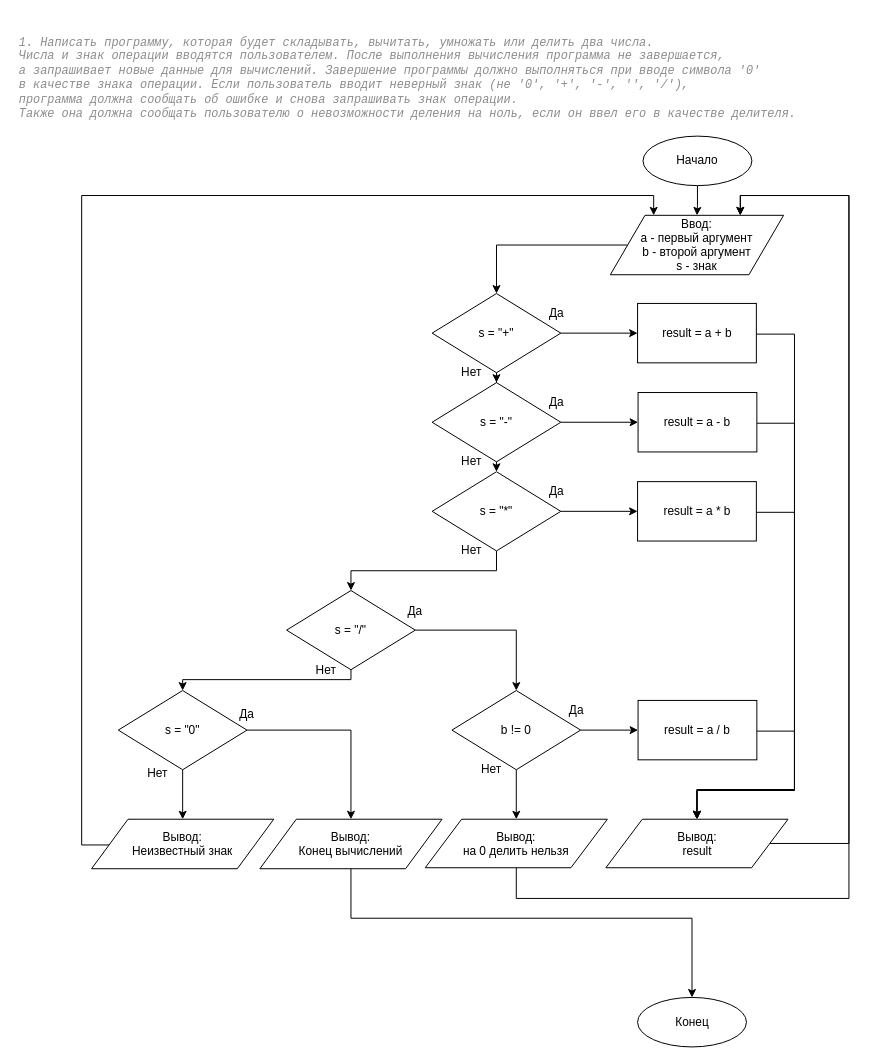
The draw.io diagram les2/dz_2/les_2.drawio in damkh/gb_py_alg_2020-07, before the edit. Source tidied: cells renumbered, new cells numbered last; positions are measured from the earlier drawing's top-left corner, leaving out a move shared by most shapes. Both pictures are drawn from the tidied source at 99%, with x=0, y=0 at pixel (17, 17).
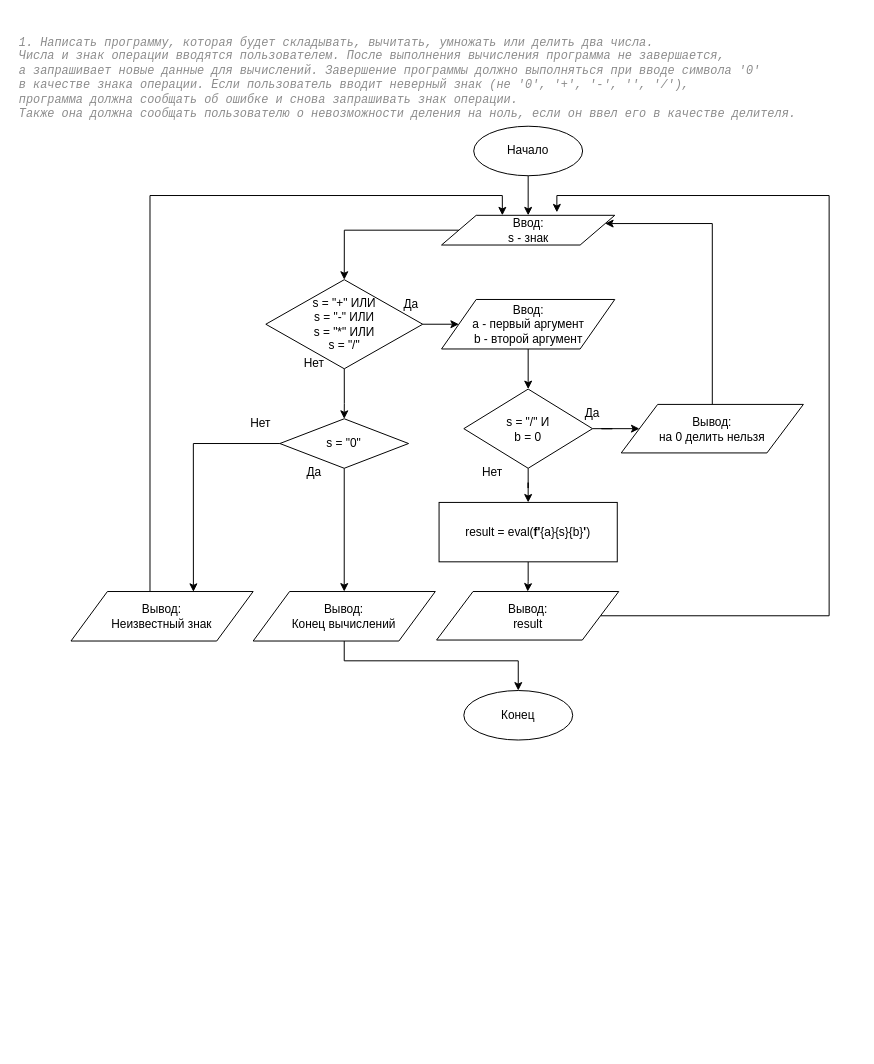
The same diagram, later.

The edit, as a diff of the source:
```diff
@@
     <mxCell id="3" value="Начало" style="ellipse;whiteSpace=wrap;html=1;" parent="1" vertex="1">
-      <mxGeometry x="632" y="120" width="110" height="50" as="geometry" />
+      <mxGeometry x="461" y="110" width="110" height="50" as="geometry" />
     </mxCell>
@@
-    <mxCell id="5" style="edgeStyle=orthogonalEdgeStyle;rounded=0;jettySize=auto;html=1;entryX=0;entryY=0.5;entryDx=0;entryDy=0;" parent="1" edge="1" source="7" target="13">
-      <mxGeometry relative="1" as="geometry" />
-    </mxCell>
-    <mxCell id="6" style="edgeStyle=orthogonalEdgeStyle;rounded=0;jettySize=auto;html=1;entryX=0.5;entryY=0;entryDx=0;entryDy=0;" parent="1" edge="1" source="7" target="16">
-      <mxGeometry relative="1" as="geometry" />
-    </mxCell>
-    <mxCell id="7" value="s = &quot;+&quot;" style="rhombus;whiteSpace=wrap;html=1;" parent="1" vertex="1">
-      <mxGeometry x="419" y="279" width="130" height="80" as="geometry" />
-    </mxCell>
-    <mxCell id="8" value="Да" style="text;html=1;strokeColor=none;fillColor=none;align=center;verticalAlign=middle;whiteSpace=wrap;rounded=0;" parent="1" vertex="1">
-      <mxGeometry x="524.5" y="289" width="40" height="20" as="geometry" />
-    </mxCell>
-    <mxCell id="9" value="Нет" style="text;html=1;strokeColor=none;fillColor=none;align=center;verticalAlign=middle;whiteSpace=wrap;rounded=0;" parent="1" vertex="1">
-      <mxGeometry x="439" y="349" width="40" height="20" as="geometry" />
-    </mxCell>
-    <mxCell id="10" style="edgeStyle=orthogonalEdgeStyle;rounded=0;jettySize=auto;html=1;entryX=0.5;entryY=0;entryDx=0;entryDy=0;" parent="1" edge="1" source="11" target="7">
-      <mxGeometry relative="1" as="geometry" />
-    </mxCell>
+    <mxCell id="54" style="edgeStyle=orthogonalEdgeStyle;rounded=0;jettySize=auto;html=1;entryX=0.5;entryY=0;entryDx=0;entryDy=0;" parent="1" edge="1" source="11" target="64">
+      <mxGeometry relative="1" as="geometry" />
+    </mxCell>
-    <mxCell id="11" value="&lt;div&gt;Ввод:&lt;/div&gt;&lt;div&gt;a - первый аргумент&lt;/div&gt;&lt;div&gt;b - второй аргумент&lt;/div&gt;&lt;div&gt;s - знак&lt;br&gt;&lt;/div&gt;" style="shape=parallelogram;perimeter=parallelogramPerimeter;whiteSpace=wrap;html=1;" parent="1" vertex="1">
-      <mxGeometry x="599" y="200" width="175" height="60" as="geometry" />
+    <mxCell id="11" value="&lt;div&gt;Ввод:&lt;/div&gt;s - знак" style="shape=parallelogram;perimeter=parallelogramPerimeter;whiteSpace=wrap;html=1;" parent="1" vertex="1">
+      <mxGeometry x="428.5" y="200" width="175" height="30" as="geometry" />
     </mxCell>
-    <mxCell id="12" style="edgeStyle=orthogonalEdgeStyle;rounded=0;jettySize=auto;html=1;entryX=0.5;entryY=0;entryDx=0;entryDy=0;" parent="1" edge="1" source="13" target="43">
-      <mxGeometry relative="1" as="geometry">
-        <Array as="points">
-          <mxPoint x="785" y="320" />
-          <mxPoint x="785" y="780" />
-          <mxPoint x="687" y="780" />
-        </Array>
-      </mxGeometry>
-    </mxCell>
-    <mxCell id="13" value="result = a + b" style="rounded=0;whiteSpace=wrap;html=1;" parent="1" vertex="1">
-      <mxGeometry x="626.5" y="289" width="120" height="60" as="geometry" />
-    </mxCell>
-    <mxCell id="14" style="edgeStyle=orthogonalEdgeStyle;rounded=0;jettySize=auto;html=1;entryX=0;entryY=0.5;entryDx=0;entryDy=0;" parent="1" edge="1" source="16" target="30">
-      <mxGeometry relative="1" as="geometry" />
-    </mxCell>
-    <mxCell id="15" style="edgeStyle=orthogonalEdgeStyle;rounded=0;jettySize=auto;html=1;entryX=0.5;entryY=0;entryDx=0;entryDy=0;" parent="1" edge="1" target="21">
-      <mxGeometry relative="1" as="geometry">
-        <mxPoint x="484" y="429" as="sourcePoint" />
-      </mxGeometry>
-    </mxCell>
-    <mxCell id="16" value="s = &quot;-&quot;" style="rhombus;whiteSpace=wrap;html=1;" parent="1" vertex="1">
-      <mxGeometry x="419" y="369" width="130" height="80" as="geometry" />
-    </mxCell>
-    <mxCell id="17" value="Да" style="text;html=1;strokeColor=none;fillColor=none;align=center;verticalAlign=middle;whiteSpace=wrap;rounded=0;" parent="1" vertex="1">
-      <mxGeometry x="524.5" y="379" width="40" height="20" as="geometry" />
-    </mxCell>
-    <mxCell id="18" value="Нет" style="text;html=1;strokeColor=none;fillColor=none;align=center;verticalAlign=middle;whiteSpace=wrap;rounded=0;" parent="1" vertex="1">
-      <mxGeometry x="439" y="439" width="40" height="20" as="geometry" />
-    </mxCell>
-    <mxCell id="19" style="edgeStyle=orthogonalEdgeStyle;rounded=0;jettySize=auto;html=1;entryX=0;entryY=0.5;entryDx=0;entryDy=0;" parent="1" edge="1" source="21" target="32">
-      <mxGeometry relative="1" as="geometry" />
-    </mxCell>
-    <mxCell id="20" style="edgeStyle=orthogonalEdgeStyle;rounded=0;jettySize=auto;html=1;entryX=0.5;entryY=0;entryDx=0;entryDy=0;exitX=0.5;exitY=1;exitDx=0;exitDy=0;" parent="1" edge="1" source="21" target="26">
-      <mxGeometry relative="1" as="geometry">
-        <Array as="points">
-          <mxPoint x="484" y="559" />
-          <mxPoint x="337" y="559" />
-        </Array>
-      </mxGeometry>
-    </mxCell>
-    <mxCell id="21" value="s = &quot;*&quot;" style="rhombus;whiteSpace=wrap;html=1;" parent="1" vertex="1">
-      <mxGeometry x="419" y="459" width="130" height="80" as="geometry" />
-    </mxCell>
-    <mxCell id="22" value="Да" style="text;html=1;strokeColor=none;fillColor=none;align=center;verticalAlign=middle;whiteSpace=wrap;rounded=0;" parent="1" vertex="1">
-      <mxGeometry x="524.5" y="469" width="40" height="20" as="geometry" />
-    </mxCell>
-    <mxCell id="23" value="Нет" style="text;html=1;strokeColor=none;fillColor=none;align=center;verticalAlign=middle;whiteSpace=wrap;rounded=0;" parent="1" vertex="1">
-      <mxGeometry x="439" y="529" width="40" height="20" as="geometry" />
-    </mxCell>
-    <mxCell id="24" style="edgeStyle=orthogonalEdgeStyle;rounded=0;jettySize=auto;html=1;exitX=1;exitY=0.5;exitDx=0;exitDy=0;" parent="1" edge="1" source="26" target="37">
-      <mxGeometry relative="1" as="geometry" />
-    </mxCell>
-    <mxCell id="25" style="edgeStyle=orthogonalEdgeStyle;rounded=0;jettySize=auto;html=1;entryX=0.5;entryY=0;entryDx=0;entryDy=0;exitX=0.5;exitY=1;exitDx=0;exitDy=0;" parent="1" edge="1" source="26" target="49">
-      <mxGeometry relative="1" as="geometry">
-        <Array as="points">
-          <mxPoint x="337" y="669" />
-          <mxPoint x="167" y="669" />
-        </Array>
-      </mxGeometry>
-    </mxCell>
+    <mxCell id="55" style="edgeStyle=orthogonalEdgeStyle;rounded=0;jettySize=auto;html=1;entryX=0;entryY=0.5;entryDx=0;entryDy=0;" parent="1" edge="1" source="26" target="41">
+      <mxGeometry relative="1" as="geometry" />
+    </mxCell>
+    <mxCell id="56" style="edgeStyle=orthogonalEdgeStyle;rounded=0;jettySize=auto;html=1;entryX=0.5;entryY=0;entryDx=0;entryDy=0;" parent="1" edge="1" source="26" target="32">
+      <mxGeometry relative="1" as="geometry" />
+    </mxCell>
-    <mxCell id="26" value="s = &quot;/&quot;" style="rhombus;whiteSpace=wrap;html=1;" parent="1" vertex="1">
-      <mxGeometry x="272" y="579" width="130" height="80" as="geometry" />
+    <mxCell id="26" value="&lt;div&gt;s = &quot;/&quot; И&lt;/div&gt;&lt;div&gt;b = 0&lt;br&gt;&lt;/div&gt;" style="rhombus;whiteSpace=wrap;html=1;" parent="1" vertex="1">
+      <mxGeometry x="451" y="375.5" width="130" height="80" as="geometry" />
     </mxCell>
     <mxCell id="27" value="Да" style="text;html=1;strokeColor=none;fillColor=none;align=center;verticalAlign=middle;whiteSpace=wrap;rounded=0;" parent="1" vertex="1">
-      <mxGeometry x="382" y="590" width="40" height="20" as="geometry" />
+      <mxGeometry x="560.5" y="390" width="40" height="20" as="geometry" />
     </mxCell>
     <mxCell id="28" value="Нет" style="text;html=1;strokeColor=none;fillColor=none;align=center;verticalAlign=middle;whiteSpace=wrap;rounded=0;" parent="1" vertex="1">
-      <mxGeometry x="292" y="650" width="40" height="20" as="geometry" />
+      <mxGeometry x="460" y="450" width="40" height="20" as="geometry" />
     </mxCell>
-    <mxCell id="29" style="edgeStyle=orthogonalEdgeStyle;rounded=0;jettySize=auto;html=1;entryX=0.5;entryY=0;entryDx=0;entryDy=0;" parent="1" edge="1" source="30" target="43">
-      <mxGeometry relative="1" as="geometry">
-        <Array as="points">
-          <mxPoint x="785" y="410" />
-          <mxPoint x="785" y="780" />
-          <mxPoint x="687" y="780" />
-        </Array>
-      </mxGeometry>
-    </mxCell>
-    <mxCell id="30" value="result = a - b" style="rounded=0;whiteSpace=wrap;html=1;" parent="1" vertex="1">
-      <mxGeometry x="627" y="379" width="120" height="60" as="geometry" />
-    </mxCell>
     <mxCell id="31" style="edgeStyle=orthogonalEdgeStyle;rounded=0;jettySize=auto;html=1;entryX=0.5;entryY=0;entryDx=0;entryDy=0;" parent="1" edge="1" source="32" target="43">
-      <mxGeometry relative="1" as="geometry">
-        <Array as="points">
-          <mxPoint x="785" y="500" />
-          <mxPoint x="785" y="781" />
-          <mxPoint x="687" y="781" />
-        </Array>
-      </mxGeometry>
+      <mxGeometry relative="1" as="geometry" />
     </mxCell>
-    <mxCell id="32" value="result = a * b" style="rounded=0;whiteSpace=wrap;html=1;" parent="1" vertex="1">
-      <mxGeometry x="626.5" y="469" width="120" height="60" as="geometry" />
+    <mxCell id="32" value="result = eval(&lt;span style=&quot;font-weight: bold&quot;&gt;f'&lt;/span&gt;{a}{s}{b}&lt;span style=&quot;font-weight: bold&quot;&gt;'&lt;/span&gt;)" style="rounded=0;whiteSpace=wrap;html=1;" parent="1" vertex="1">
+      <mxGeometry x="426" y="490" width="180" height="60" as="geometry" />
     </mxCell>
-    <mxCell id="33" style="edgeStyle=orthogonalEdgeStyle;rounded=0;jettySize=auto;html=1;entryX=0.5;entryY=0;entryDx=0;entryDy=0;" parent="1" edge="1" source="34" target="43">
-      <mxGeometry relative="1" as="geometry">
-        <Array as="points">
-          <mxPoint x="785" y="721" />
-          <mxPoint x="785" y="781" />
-          <mxPoint x="687" y="781" />
-        </Array>
-      </mxGeometry>
-    </mxCell>
-    <mxCell id="34" value="result = a / b" style="rounded=0;whiteSpace=wrap;html=1;" parent="1" vertex="1">
-      <mxGeometry x="627" y="690" width="120" height="60" as="geometry" />
-    </mxCell>
-    <mxCell id="35" style="edgeStyle=orthogonalEdgeStyle;rounded=0;jettySize=auto;html=1;entryX=0;entryY=0.5;entryDx=0;entryDy=0;" parent="1" edge="1" source="37" target="34">
-      <mxGeometry relative="1" as="geometry" />
-    </mxCell>
-    <mxCell id="36" style="edgeStyle=orthogonalEdgeStyle;rounded=0;jettySize=auto;html=1;entryX=0.5;entryY=0;entryDx=0;entryDy=0;" parent="1" edge="1" source="37" target="41">
-      <mxGeometry relative="1" as="geometry" />
-    </mxCell>
-    <mxCell id="37" value="b != 0" style="rhombus;whiteSpace=wrap;html=1;" parent="1" vertex="1">
-      <mxGeometry x="439" y="680" width="130" height="80" as="geometry" />
-    </mxCell>
-    <mxCell id="38" value="Да" style="text;html=1;strokeColor=none;fillColor=none;align=center;verticalAlign=middle;whiteSpace=wrap;rounded=0;" parent="1" vertex="1">
-      <mxGeometry x="544.5" y="690" width="40" height="20" as="geometry" />
-    </mxCell>
-    <mxCell id="39" value="Нет" style="text;html=1;strokeColor=none;fillColor=none;align=center;verticalAlign=middle;whiteSpace=wrap;rounded=0;" parent="1" vertex="1">
-      <mxGeometry x="459" y="750" width="40" height="20" as="geometry" />
-    </mxCell>
-    <mxCell id="40" style="edgeStyle=orthogonalEdgeStyle;rounded=0;jettySize=auto;html=1;entryX=0.75;entryY=0;entryDx=0;entryDy=0;" parent="1" edge="1" source="41" target="11">
+    <mxCell id="40" style="edgeStyle=orthogonalEdgeStyle;rounded=0;jettySize=auto;html=1;entryX=1;entryY=0.25;entryDx=0;entryDy=0;" parent="1" edge="1" source="41" target="11">
       <mxGeometry relative="1" as="geometry">
         <Array as="points">
-          <mxPoint x="504" y="890" />
-          <mxPoint x="840" y="890" />
-          <mxPoint x="840" y="180" />
-          <mxPoint x="730" y="180" />
+          <mxPoint x="702" y="208" />
         </Array>
       </mxGeometry>
     </mxCell>
     <mxCell id="41" value="&lt;div&gt;Вывод:&lt;/div&gt;&lt;div&gt;на 0 делить нельзя&lt;br&gt;&lt;/div&gt;" style="shape=parallelogram;perimeter=parallelogramPerimeter;whiteSpace=wrap;html=1;" parent="1" vertex="1">
-      <mxGeometry x="412" y="810" width="184" height="49" as="geometry" />
+      <mxGeometry x="610" y="391" width="184" height="49" as="geometry" />
     </mxCell>
-    <mxCell id="42" style="edgeStyle=orthogonalEdgeStyle;rounded=0;jettySize=auto;html=1;entryX=0.75;entryY=0;entryDx=0;entryDy=0;" parent="1" edge="1" source="43" target="11">
-      <mxGeometry relative="1" as="geometry">
-        <Array as="points">
-          <mxPoint x="840" y="834" />
-          <mxPoint x="840" y="180" />
-          <mxPoint x="730" y="180" />
-        </Array>
-      </mxGeometry>
-    </mxCell>
+    <mxCell id="57" style="edgeStyle=orthogonalEdgeStyle;rounded=0;jettySize=auto;html=1;" parent="1" edge="1" source="43">
+      <mxGeometry relative="1" as="geometry">
+        <mxPoint x="545" y="197" as="targetPoint" />
+        <Array as="points">
+          <mxPoint x="820" y="604" />
+          <mxPoint x="820" y="180" />
+          <mxPoint x="545" y="180" />
+        </Array>
+      </mxGeometry>
+    </mxCell>
     <mxCell id="43" value="&lt;div&gt;Вывод:&lt;/div&gt;&lt;div&gt;result&lt;br&gt;&lt;/div&gt;" style="shape=parallelogram;perimeter=parallelogramPerimeter;whiteSpace=wrap;html=1;" parent="1" vertex="1">
-      <mxGeometry x="594.5" y="810" width="184" height="49" as="geometry" />
+      <mxGeometry x="423.5" y="580" width="184" height="49" as="geometry" />
     </mxCell>
     <mxCell id="44" value="&lt;div&gt;Конец&lt;/div&gt;" style="ellipse;whiteSpace=wrap;html=1;" parent="1" vertex="1">
-      <mxGeometry x="626.5" y="990" width="110" height="50" as="geometry" />
+      <mxGeometry x="451" y="680" width="110" height="50" as="geometry" />
     </mxCell>
-    <mxCell id="45" style="edgeStyle=orthogonalEdgeStyle;rounded=0;jettySize=auto;html=1;entryX=0.25;entryY=0;entryDx=0;entryDy=0;exitX=0;exitY=0.5;exitDx=0;exitDy=0;" parent="1" edge="1" source="46" target="11">
+    <mxCell id="45" style="edgeStyle=orthogonalEdgeStyle;rounded=0;jettySize=auto;html=1;entryX=0.351;entryY=0;entryDx=0;entryDy=0;entryPerimeter=0;" parent="1" edge="1" source="46" target="11">
       <mxGeometry relative="1" as="geometry">
         <Array as="points">
-          <mxPoint x="65" y="836" />
-          <mxPoint x="65" y="180" />
-          <mxPoint x="643" y="180" />
+          <mxPoint x="134" y="180" />
+          <mxPoint x="490" y="180" />
         </Array>
       </mxGeometry>
     </mxCell>
     <mxCell id="46" value="&lt;div&gt;Вывод:&lt;/div&gt;&lt;div&gt;Неизвестный знак&lt;br&gt;&lt;/div&gt;" style="shape=parallelogram;perimeter=parallelogramPerimeter;whiteSpace=wrap;html=1;" parent="1" vertex="1">
-      <mxGeometry x="75" y="810" width="184" height="50" as="geometry" />
+      <mxGeometry x="54.2" y="580" width="184" height="50" as="geometry" />
     </mxCell>
+    <mxCell id="52" style="edgeStyle=orthogonalEdgeStyle;rounded=0;jettySize=auto;html=1;" parent="1" edge="1" source="53" target="44">
+      <mxGeometry relative="1" as="geometry">
+        <Array as="points">
+          <mxPoint x="330" y="650" />
+          <mxPoint x="506" y="650" />
+        </Array>
+      </mxGeometry>
+    </mxCell>
+    <mxCell id="53" value="&lt;div&gt;Вывод:&lt;/div&gt;&lt;div&gt;Конец вычислений&lt;br&gt;&lt;/div&gt;" style="shape=parallelogram;perimeter=parallelogramPerimeter;whiteSpace=wrap;html=1;" parent="1" vertex="1">
+      <mxGeometry x="238.2" y="580" width="184" height="50" as="geometry" />
+    </mxCell>
-    <mxCell id="47" style="edgeStyle=orthogonalEdgeStyle;rounded=0;jettySize=auto;html=1;entryX=0.5;entryY=0;entryDx=0;entryDy=0;exitX=1;exitY=0.5;exitDx=0;exitDy=0;" parent="1" edge="1" source="49" target="53">
+    <mxCell id="47" style="edgeStyle=orthogonalEdgeStyle;rounded=0;jettySize=auto;html=1;exitX=0.5;exitY=1;exitDx=0;exitDy=0;" parent="1" edge="1" source="49" target="53">
       <mxGeometry relative="1" as="geometry" />
     </mxCell>
-    <mxCell id="48" style="edgeStyle=orthogonalEdgeStyle;rounded=0;jettySize=auto;html=1;entryX=0.5;entryY=0;entryDx=0;entryDy=0;" parent="1" edge="1" source="49" target="46">
+    <mxCell id="48" style="edgeStyle=orthogonalEdgeStyle;rounded=0;jettySize=auto;html=1;entryX=0.672;entryY=0.005;entryDx=0;entryDy=0;entryPerimeter=0;" parent="1" edge="1" source="49" target="46">
       <mxGeometry relative="1" as="geometry" />
     </mxCell>
     <mxCell id="49" value="s = &quot;0&quot;" style="rhombus;whiteSpace=wrap;html=1;" parent="1" vertex="1">
-      <mxGeometry x="102" y="680" width="130" height="80" as="geometry" />
+      <mxGeometry x="265.2" y="405.5" width="130" height="50" as="geometry" />
     </mxCell>
-    <mxCell id="50" value="Да" style="text;html=1;strokeColor=none;fillColor=none;align=center;verticalAlign=middle;whiteSpace=wrap;rounded=0;" parent="1" vertex="1">
-      <mxGeometry x="212" y="694" width="40" height="20" as="geometry" />
-    </mxCell>
-    <mxCell id="51" value="Нет" style="text;html=1;strokeColor=none;fillColor=none;align=center;verticalAlign=middle;whiteSpace=wrap;rounded=0;" parent="1" vertex="1">
-      <mxGeometry x="122" y="754" width="40" height="20" as="geometry" />
-    </mxCell>
-    <mxCell id="52" style="edgeStyle=orthogonalEdgeStyle;rounded=0;jettySize=auto;html=1;entryX=0.5;entryY=0;entryDx=0;entryDy=0;exitX=0.5;exitY=1;exitDx=0;exitDy=0;" parent="1" edge="1" source="53" target="44">
-      <mxGeometry relative="1" as="geometry">
-        <Array as="points">
-          <mxPoint x="337" y="910" />
-          <mxPoint x="681" y="910" />
-        </Array>
-      </mxGeometry>
-    </mxCell>
-    <mxCell id="53" value="&lt;div&gt;Вывод:&lt;/div&gt;&lt;div&gt;Конец вычислений&lt;br&gt;&lt;/div&gt;" style="shape=parallelogram;perimeter=parallelogramPerimeter;whiteSpace=wrap;html=1;" parent="1" vertex="1">
-      <mxGeometry x="245" y="810" width="184" height="50" as="geometry" />
-    </mxCell>
+    <mxCell id="58" value="Нет" style="text;html=1;strokeColor=none;fillColor=none;align=center;verticalAlign=middle;whiteSpace=wrap;rounded=0;" parent="1" vertex="1">
+      <mxGeometry x="225.5" y="400" width="40" height="20" as="geometry" />
+    </mxCell>
+    <mxCell id="59" style="edgeStyle=orthogonalEdgeStyle;rounded=0;jettySize=auto;html=1;entryX=0.5;entryY=0;entryDx=0;entryDy=0;" parent="1" edge="1" source="60" target="26">
+      <mxGeometry relative="1" as="geometry" />
+    </mxCell>
+    <mxCell id="60" value="&lt;div&gt;Ввод:&lt;/div&gt;&lt;div&gt;a - первый аргумент&lt;/div&gt;&lt;div&gt;b - второй аргумент&lt;/div&gt;" style="shape=parallelogram;perimeter=parallelogramPerimeter;whiteSpace=wrap;html=1;" parent="1" vertex="1">
+      <mxGeometry x="428.5" y="285" width="175" height="50" as="geometry" />
+    </mxCell>
+    <mxCell id="61" value="Да" style="text;html=1;strokeColor=none;fillColor=none;align=center;verticalAlign=middle;whiteSpace=wrap;rounded=0;" parent="1" vertex="1">
+      <mxGeometry x="280" y="450" width="40" height="20" as="geometry" />
+    </mxCell>
+    <mxCell id="62" style="edgeStyle=orthogonalEdgeStyle;rounded=0;jettySize=auto;html=1;entryX=0;entryY=0.5;entryDx=0;entryDy=0;exitX=1;exitY=0.5;exitDx=0;exitDy=0;" parent="1" edge="1" source="64" target="60">
+      <mxGeometry relative="1" as="geometry" />
+    </mxCell>
+    <mxCell id="63" style="edgeStyle=orthogonalEdgeStyle;rounded=0;jettySize=auto;html=1;entryX=0.5;entryY=0;entryDx=0;entryDy=0;exitX=0.5;exitY=1;exitDx=0;exitDy=0;" parent="1" edge="1" source="64" target="49">
+      <mxGeometry relative="1" as="geometry">
+        <Array as="points">
+          <mxPoint x="330" y="390" />
+          <mxPoint x="330" y="390" />
+        </Array>
+      </mxGeometry>
+    </mxCell>
+    <mxCell id="64" value="&lt;div&gt;s = &quot;+&quot; ИЛИ&lt;/div&gt;&lt;div&gt;s = &quot;-&quot; ИЛИ&lt;/div&gt;&lt;div&gt;s = &quot;*&quot; ИЛИ&lt;/div&gt;&lt;div&gt;s = &quot;/&quot;&lt;/div&gt;" style="rhombus;whiteSpace=wrap;html=1;" parent="1" vertex="1">
+      <mxGeometry x="251" y="265" width="158.5" height="90" as="geometry" />
+    </mxCell>
+    <mxCell id="65" value="Да" style="text;html=1;strokeColor=none;fillColor=none;align=center;verticalAlign=middle;whiteSpace=wrap;rounded=0;" parent="1" vertex="1">
+      <mxGeometry x="378" y="280" width="40" height="20" as="geometry" />
+    </mxCell>
+    <mxCell id="66" value="Нет" style="text;html=1;strokeColor=none;fillColor=none;align=center;verticalAlign=middle;whiteSpace=wrap;rounded=0;" parent="1" vertex="1">
+      <mxGeometry x="280" y="340" width="40" height="20" as="geometry" />
+    </mxCell>
```
